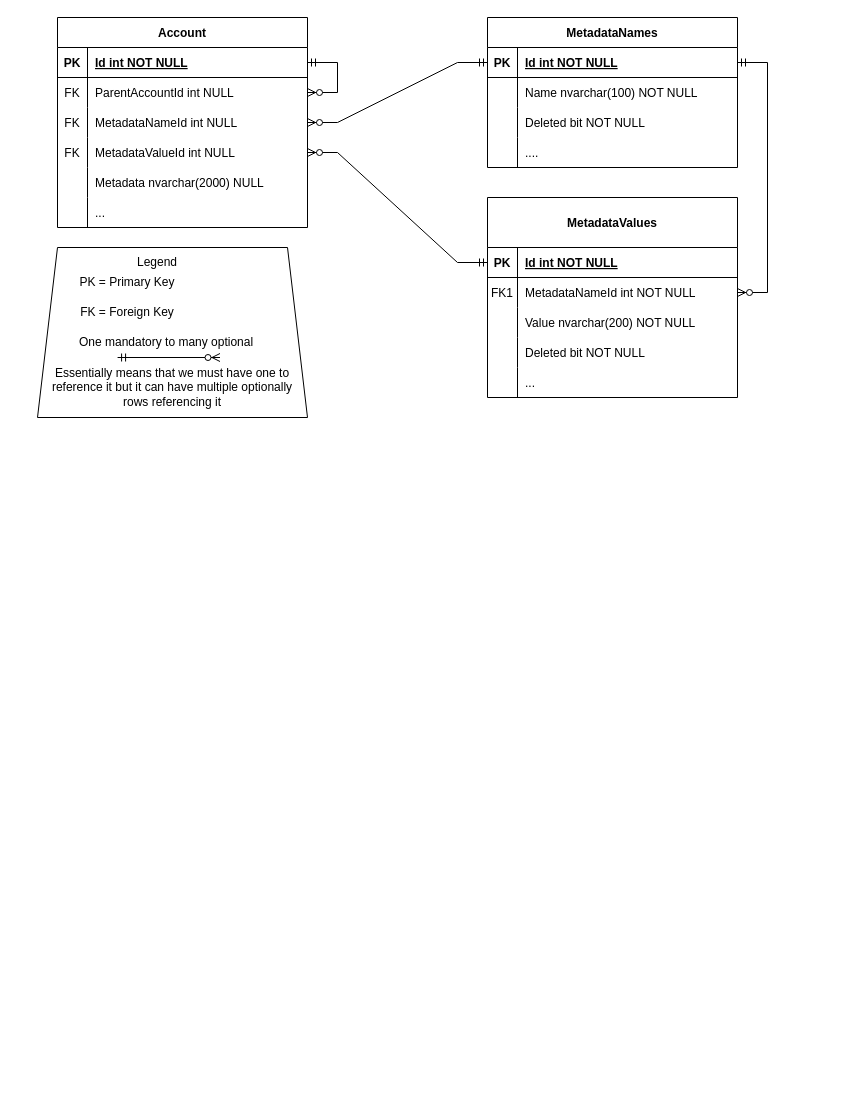
The draw.io diagram Untitled Diagram.drawio in joshuadargan/learning-and-documentation, before the edit. Source tidied: cells renumbered, new cells numbered last; positions are measured from the earlier drawing's top-left corner, leaving out a move shared by most shapes. Both pictures are drawn from the tidied source at 100%, with x=0, y=0 at pixel (37, 17).
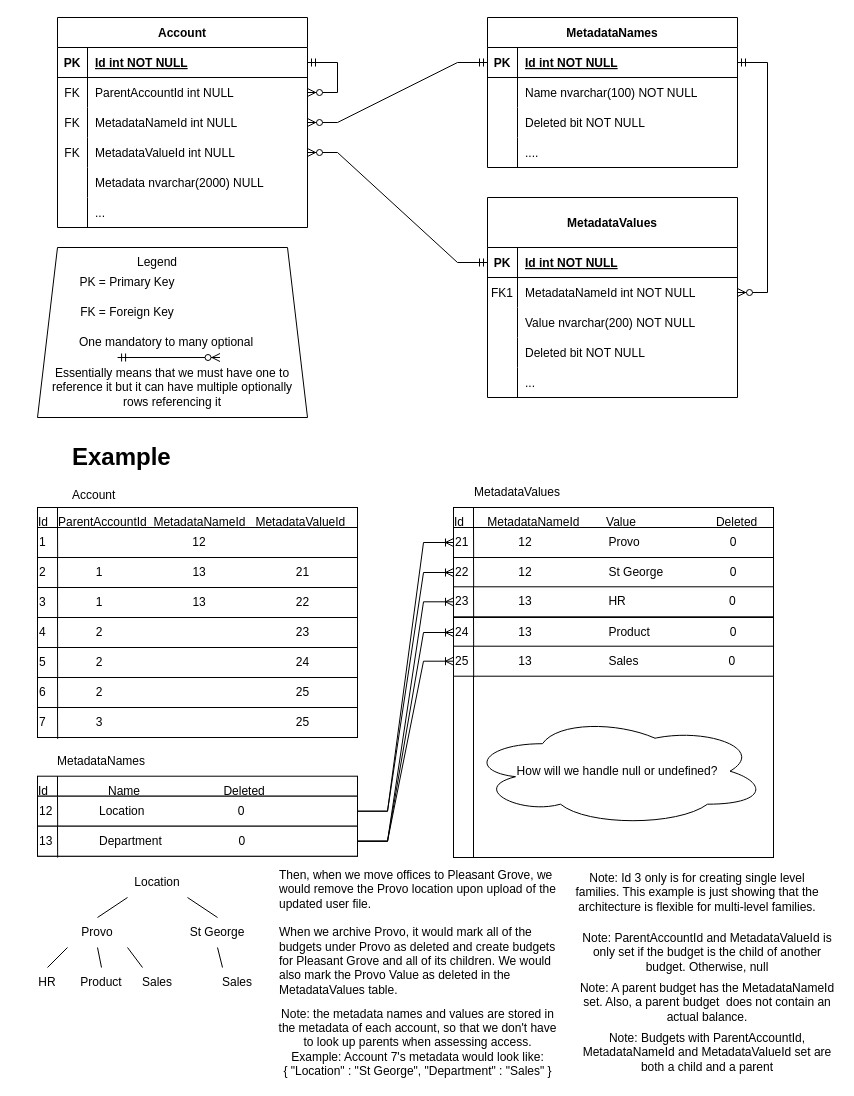
The same page after the edit.

Change to the diagram source:
```diff
@@
+    <mxCell id="61" style="shape=internalStorage;whiteSpace=wrap;html=1;backgroundOutline=1;" parent="1" vertex="1">
+      <mxGeometry y="490" width="320" height="230" as="geometry" />
+    </mxCell>
+    <mxCell id="62" value="&lt;h1&gt;Example&lt;/h1&gt;&lt;div&gt;Account&lt;/div&gt;" style="text;html=1;strokeColor=none;fillColor=none;spacing=5;spacingTop=-20;whiteSpace=wrap;overflow=hidden;rounded=0;" parent="1" vertex="1">
+      <mxGeometry x="30" y="420" width="190" height="70" as="geometry" />
+    </mxCell>
+    <mxCell id="63" value="Id&amp;nbsp; &amp;nbsp;ParentAccountId&amp;nbsp; MetadataNameId&amp;nbsp; &amp;nbsp;MetadataValueId" style="text;html=1;strokeColor=none;fillColor=none;align=left;verticalAlign=middle;whiteSpace=wrap;rounded=0;" parent="1" vertex="1">
+      <mxGeometry x="-1" y="490" width="320" height="30" as="geometry" />
+    </mxCell>
+    <mxCell id="64" value="1&amp;nbsp; &amp;nbsp; &amp;nbsp; &amp;nbsp; &amp;nbsp; &amp;nbsp; &amp;nbsp; &amp;nbsp; &amp;nbsp; &amp;nbsp; &amp;nbsp; &amp;nbsp; &amp;nbsp; &amp;nbsp; &amp;nbsp; &amp;nbsp; &amp;nbsp; &amp;nbsp; &amp;nbsp; &amp;nbsp; &amp;nbsp; &amp;nbsp; 12" style="rounded=0;whiteSpace=wrap;html=1;align=left;" parent="1" vertex="1">
+      <mxGeometry y="510" width="320" height="30" as="geometry" />
+    </mxCell>
+    <mxCell id="65" style="endArrow=none;html=1;rounded=0;exitX=0.063;exitY=1.044;exitDx=0;exitDy=0;exitPerimeter=0;" parent="1" edge="1" source="64">
+      <mxGeometry relative="1" as="geometry">
+        <mxPoint x="20" y="510" as="targetPoint" />
+      </mxGeometry>
+    </mxCell>
+    <mxCell id="66" style="shape=internalStorage;whiteSpace=wrap;html=1;backgroundOutline=1;" parent="1" vertex="1">
+      <mxGeometry y="758.7" width="320" height="80" as="geometry" />
+    </mxCell>
+    <mxCell id="67" value="Id&amp;nbsp; &amp;nbsp; &amp;nbsp; &amp;nbsp; &amp;nbsp; &amp;nbsp; &amp;nbsp; &amp;nbsp; &amp;nbsp; Name&amp;nbsp; &amp;nbsp; &amp;nbsp; &amp;nbsp; &amp;nbsp; &amp;nbsp; &amp;nbsp; &amp;nbsp; &amp;nbsp; &amp;nbsp; &amp;nbsp; &amp;nbsp; &amp;nbsp;Deleted" style="text;html=1;strokeColor=none;fillColor=none;align=left;verticalAlign=middle;whiteSpace=wrap;rounded=0;" parent="1" vertex="1">
+      <mxGeometry x="-1" y="758.7" width="320" height="30" as="geometry" />
+    </mxCell>
+    <mxCell id="68" value="12&amp;nbsp; &amp;nbsp; &amp;nbsp; &amp;nbsp; &amp;nbsp; &amp;nbsp; &amp;nbsp; Location&amp;nbsp; &amp;nbsp; &amp;nbsp; &amp;nbsp; &amp;nbsp; &amp;nbsp; &amp;nbsp; &amp;nbsp; &amp;nbsp; &amp;nbsp; &amp;nbsp; &amp;nbsp; &amp;nbsp; &amp;nbsp; 0" style="rounded=0;whiteSpace=wrap;html=1;align=left;" parent="1" vertex="1">
+      <mxGeometry y="778.7" width="320" height="30" as="geometry" />
+    </mxCell>
+    <mxCell id="69" style="endArrow=none;html=1;rounded=0;exitX=0.063;exitY=1.044;exitDx=0;exitDy=0;exitPerimeter=0;" parent="1" edge="1" source="68">
+      <mxGeometry relative="1" as="geometry">
+        <mxPoint x="20" y="778.7" as="targetPoint" />
+      </mxGeometry>
+    </mxCell>
+    <mxCell id="70" value="2&amp;nbsp; &amp;nbsp; &amp;nbsp; &amp;nbsp; &amp;nbsp; &amp;nbsp; &amp;nbsp; &amp;nbsp;1&amp;nbsp; &amp;nbsp; &amp;nbsp; &amp;nbsp; &amp;nbsp; &amp;nbsp; &amp;nbsp; &amp;nbsp; &amp;nbsp; &amp;nbsp; &amp;nbsp; &amp;nbsp; &amp;nbsp; &amp;nbsp;13&amp;nbsp; &amp;nbsp; &amp;nbsp; &amp;nbsp; &amp;nbsp; &amp;nbsp; &amp;nbsp; &amp;nbsp; &amp;nbsp; &amp;nbsp; &amp;nbsp; &amp;nbsp; &amp;nbsp; &amp;nbsp;21&amp;nbsp; &amp;nbsp; &amp;nbsp;" style="rounded=0;whiteSpace=wrap;html=1;align=left;" parent="1" vertex="1">
+      <mxGeometry y="540" width="320" height="30" as="geometry" />
+    </mxCell>
+    <mxCell id="71" style="endArrow=none;html=1;rounded=0;exitX=0.063;exitY=1.044;exitDx=0;exitDy=0;exitPerimeter=0;" parent="1" edge="1" source="70">
+      <mxGeometry relative="1" as="geometry">
+        <mxPoint x="20" y="540" as="targetPoint" />
+      </mxGeometry>
+    </mxCell>
+    <mxCell id="72" value="13&amp;nbsp; &amp;nbsp; &amp;nbsp; &amp;nbsp; &amp;nbsp; &amp;nbsp; &amp;nbsp; Department&amp;nbsp; &amp;nbsp; &amp;nbsp; &amp;nbsp; &amp;nbsp; &amp;nbsp; &amp;nbsp; &amp;nbsp; &amp;nbsp; &amp;nbsp; &amp;nbsp; &amp;nbsp;0&amp;nbsp;" style="rounded=0;whiteSpace=wrap;html=1;align=left;" parent="1" vertex="1">
+      <mxGeometry y="808.7" width="320" height="30" as="geometry" />
+    </mxCell>
+    <mxCell id="73" style="endArrow=none;html=1;rounded=0;exitX=0.063;exitY=1.044;exitDx=0;exitDy=0;exitPerimeter=0;" parent="1" edge="1" source="72">
+      <mxGeometry relative="1" as="geometry">
+        <mxPoint x="20" y="808.7" as="targetPoint" />
+      </mxGeometry>
+    </mxCell>
+    <mxCell id="74" value="MetadataNames" style="text;html=1;strokeColor=none;fillColor=none;align=center;verticalAlign=middle;whiteSpace=wrap;rounded=0;" parent="1" vertex="1">
+      <mxGeometry x="-11" y="728.7" width="150" height="30" as="geometry" />
+    </mxCell>
+    <mxCell id="75" style="shape=internalStorage;whiteSpace=wrap;html=1;backgroundOutline=1;" parent="1" vertex="1">
+      <mxGeometry x="416" y="490" width="320" height="350" as="geometry" />
+    </mxCell>
+    <mxCell id="76" value="Id&amp;nbsp; &amp;nbsp; &amp;nbsp; &amp;nbsp;MetadataNameId&amp;nbsp; &amp;nbsp; &amp;nbsp; &amp;nbsp; Value&amp;nbsp; &amp;nbsp; &amp;nbsp; &amp;nbsp; &amp;nbsp; &amp;nbsp; &amp;nbsp; &amp;nbsp; &amp;nbsp; &amp;nbsp; &amp;nbsp; &amp;nbsp; Deleted" style="text;html=1;strokeColor=none;fillColor=none;align=left;verticalAlign=middle;whiteSpace=wrap;rounded=0;" parent="1" vertex="1">
+      <mxGeometry x="415" y="490" width="320" height="30" as="geometry" />
+    </mxCell>
+    <mxCell id="77" value="21&amp;nbsp; &amp;nbsp; &amp;nbsp; &amp;nbsp; &amp;nbsp; &amp;nbsp; &amp;nbsp; &amp;nbsp;12&amp;nbsp; &amp;nbsp; &amp;nbsp; &amp;nbsp; &amp;nbsp; &amp;nbsp; &amp;nbsp; &amp;nbsp; &amp;nbsp; &amp;nbsp; &amp;nbsp; &amp;nbsp;Provo&amp;nbsp; &amp;nbsp; &amp;nbsp; &amp;nbsp; &amp;nbsp; &amp;nbsp; &amp;nbsp; &amp;nbsp; &amp;nbsp; &amp;nbsp; &amp;nbsp; &amp;nbsp; &amp;nbsp; &amp;nbsp;0" style="rounded=0;whiteSpace=wrap;html=1;align=left;" parent="1" vertex="1">
+      <mxGeometry x="416" y="510" width="320" height="30" as="geometry" />
+    </mxCell>
+    <mxCell id="78" style="endArrow=none;html=1;rounded=0;exitX=0.063;exitY=1.044;exitDx=0;exitDy=0;exitPerimeter=0;" parent="1" edge="1" source="77">
+      <mxGeometry relative="1" as="geometry">
+        <mxPoint x="436" y="510" as="targetPoint" />
+      </mxGeometry>
+    </mxCell>
+    <mxCell id="79" value="22&amp;nbsp; &amp;nbsp; &amp;nbsp; &amp;nbsp; &amp;nbsp; &amp;nbsp; &amp;nbsp; &amp;nbsp;12&amp;nbsp; &amp;nbsp; &amp;nbsp; &amp;nbsp; &amp;nbsp; &amp;nbsp; &amp;nbsp; &amp;nbsp; &amp;nbsp; &amp;nbsp; &amp;nbsp; &amp;nbsp;St George&amp;nbsp; &amp;nbsp; &amp;nbsp; &amp;nbsp; &amp;nbsp; &amp;nbsp; &amp;nbsp; &amp;nbsp; &amp;nbsp; &amp;nbsp; 0&amp;nbsp;" style="rounded=0;whiteSpace=wrap;html=1;align=left;" parent="1" vertex="1">
+      <mxGeometry x="416" y="540" width="320" height="30" as="geometry" />
+    </mxCell>
+    <mxCell id="80" style="endArrow=none;html=1;rounded=0;exitX=0.063;exitY=1.044;exitDx=0;exitDy=0;exitPerimeter=0;" parent="1" edge="1" source="79">
+      <mxGeometry relative="1" as="geometry">
+        <mxPoint x="436" y="540" as="targetPoint" />
+      </mxGeometry>
+    </mxCell>
+    <mxCell id="81" value="MetadataValues" style="text;html=1;strokeColor=none;fillColor=none;align=center;verticalAlign=middle;whiteSpace=wrap;rounded=0;" parent="1" vertex="1">
+      <mxGeometry x="405" y="460" width="150" height="30" as="geometry" />
+    </mxCell>
+    <mxCell id="82" style="edgeStyle=entityRelationEdgeStyle;fontSize=12;html=1;endArrow=ERoneToMany;rounded=0;entryX=0;entryY=0.5;entryDx=0;entryDy=0;exitX=1;exitY=0.5;exitDx=0;exitDy=0;" parent="1" edge="1" source="68" target="77">
+      <mxGeometry relative="1" as="geometry" />
+    </mxCell>
+    <mxCell id="83" style="edgeStyle=entityRelationEdgeStyle;fontSize=12;html=1;endArrow=ERoneToMany;rounded=0;entryX=0;entryY=0.5;entryDx=0;entryDy=0;exitX=1;exitY=0.5;exitDx=0;exitDy=0;" parent="1" edge="1" source="68" target="79">
+      <mxGeometry relative="1" as="geometry" />
+    </mxCell>
+    <mxCell id="84" value="3&amp;nbsp; &amp;nbsp; &amp;nbsp; &amp;nbsp; &amp;nbsp; &amp;nbsp; &amp;nbsp; &amp;nbsp;1&amp;nbsp; &amp;nbsp; &amp;nbsp; &amp;nbsp; &amp;nbsp; &amp;nbsp; &amp;nbsp; &amp;nbsp; &amp;nbsp; &amp;nbsp; &amp;nbsp; &amp;nbsp; &amp;nbsp; &amp;nbsp;13&amp;nbsp; &amp;nbsp; &amp;nbsp; &amp;nbsp; &amp;nbsp; &amp;nbsp; &amp;nbsp; &amp;nbsp; &amp;nbsp; &amp;nbsp; &amp;nbsp; &amp;nbsp; &amp;nbsp; &amp;nbsp;22&amp;nbsp; &amp;nbsp; &amp;nbsp;" style="rounded=0;whiteSpace=wrap;html=1;align=left;" parent="1" vertex="1">
+      <mxGeometry y="570" width="320" height="30" as="geometry" />
+    </mxCell>
+    <mxCell id="85" style="endArrow=none;html=1;rounded=0;exitX=0.063;exitY=1.044;exitDx=0;exitDy=0;exitPerimeter=0;" parent="1" edge="1" source="84">
+      <mxGeometry relative="1" as="geometry">
+        <mxPoint x="20" y="570" as="targetPoint" />
+      </mxGeometry>
+    </mxCell>
+    <mxCell id="86" value="4&amp;nbsp; &amp;nbsp; &amp;nbsp; &amp;nbsp; &amp;nbsp; &amp;nbsp; &amp;nbsp; &amp;nbsp;2&amp;nbsp; &amp;nbsp; &amp;nbsp; &amp;nbsp; &amp;nbsp; &amp;nbsp; &amp;nbsp; &amp;nbsp; &amp;nbsp; &amp;nbsp; &amp;nbsp; &amp;nbsp; &amp;nbsp; &amp;nbsp; &amp;nbsp; &amp;nbsp; &amp;nbsp; &amp;nbsp; &amp;nbsp; &amp;nbsp; &amp;nbsp; &amp;nbsp; &amp;nbsp; &amp;nbsp; &amp;nbsp; &amp;nbsp; &amp;nbsp; &amp;nbsp; &amp;nbsp; 23&amp;nbsp; &amp;nbsp; &amp;nbsp;" style="rounded=0;whiteSpace=wrap;html=1;align=left;" parent="1" vertex="1">
+      <mxGeometry y="600" width="320" height="30" as="geometry" />
+    </mxCell>
+    <mxCell id="87" style="endArrow=none;html=1;rounded=0;exitX=0.063;exitY=1.044;exitDx=0;exitDy=0;exitPerimeter=0;" parent="1" edge="1" source="86">
+      <mxGeometry relative="1" as="geometry">
+        <mxPoint x="20" y="600" as="targetPoint" />
+      </mxGeometry>
+    </mxCell>
+    <mxCell id="88" value="5&amp;nbsp; &amp;nbsp; &amp;nbsp; &amp;nbsp; &amp;nbsp; &amp;nbsp; &amp;nbsp; &amp;nbsp;2&amp;nbsp; &amp;nbsp; &amp;nbsp; &amp;nbsp; &amp;nbsp; &amp;nbsp; &amp;nbsp; &amp;nbsp; &amp;nbsp; &amp;nbsp; &amp;nbsp; &amp;nbsp; &amp;nbsp; &amp;nbsp; &amp;nbsp; &amp;nbsp; &amp;nbsp; &amp;nbsp; &amp;nbsp; &amp;nbsp; &amp;nbsp; &amp;nbsp; &amp;nbsp; &amp;nbsp; &amp;nbsp; &amp;nbsp; &amp;nbsp; &amp;nbsp; &amp;nbsp; 24&amp;nbsp; &amp;nbsp; &amp;nbsp;" style="rounded=0;whiteSpace=wrap;html=1;align=left;" parent="1" vertex="1">
+      <mxGeometry y="630" width="320" height="30" as="geometry" />
+    </mxCell>
+    <mxCell id="89" style="endArrow=none;html=1;rounded=0;exitX=0.063;exitY=1.044;exitDx=0;exitDy=0;exitPerimeter=0;" parent="1" edge="1" source="88">
+      <mxGeometry relative="1" as="geometry">
+        <mxPoint x="20" y="630" as="targetPoint" />
+      </mxGeometry>
+    </mxCell>
+    <mxCell id="90" value="6&amp;nbsp; &amp;nbsp; &amp;nbsp; &amp;nbsp; &amp;nbsp; &amp;nbsp; &amp;nbsp; &amp;nbsp;2&amp;nbsp; &amp;nbsp; &amp;nbsp; &amp;nbsp; &amp;nbsp; &amp;nbsp; &amp;nbsp; &amp;nbsp; &amp;nbsp; &amp;nbsp; &amp;nbsp; &amp;nbsp; &amp;nbsp; &amp;nbsp; &amp;nbsp; &amp;nbsp; &amp;nbsp; &amp;nbsp; &amp;nbsp; &amp;nbsp; &amp;nbsp; &amp;nbsp; &amp;nbsp; &amp;nbsp; &amp;nbsp; &amp;nbsp; &amp;nbsp; &amp;nbsp; &amp;nbsp; 25&amp;nbsp; &amp;nbsp; &amp;nbsp;" style="rounded=0;whiteSpace=wrap;html=1;align=left;" parent="1" vertex="1">
+      <mxGeometry y="660" width="320" height="30" as="geometry" />
+    </mxCell>
+    <mxCell id="91" style="endArrow=none;html=1;rounded=0;exitX=0.063;exitY=1.044;exitDx=0;exitDy=0;exitPerimeter=0;" parent="1" edge="1" source="90">
+      <mxGeometry relative="1" as="geometry">
+        <mxPoint x="20" y="660" as="targetPoint" />
+      </mxGeometry>
+    </mxCell>
+    <mxCell id="92" value="7&amp;nbsp; &amp;nbsp; &amp;nbsp; &amp;nbsp; &amp;nbsp; &amp;nbsp; &amp;nbsp; &amp;nbsp;3&amp;nbsp; &amp;nbsp; &amp;nbsp; &amp;nbsp; &amp;nbsp; &amp;nbsp; &amp;nbsp; &amp;nbsp; &amp;nbsp; &amp;nbsp; &amp;nbsp; &amp;nbsp; &amp;nbsp; &amp;nbsp; &amp;nbsp; &amp;nbsp; &amp;nbsp; &amp;nbsp; &amp;nbsp; &amp;nbsp; &amp;nbsp; &amp;nbsp; &amp;nbsp; &amp;nbsp; &amp;nbsp; &amp;nbsp; &amp;nbsp; &amp;nbsp; &amp;nbsp; 25&amp;nbsp; &amp;nbsp; &amp;nbsp;" style="rounded=0;whiteSpace=wrap;html=1;align=left;" parent="1" vertex="1">
+      <mxGeometry y="690" width="320" height="30" as="geometry" />
+    </mxCell>
+    <mxCell id="93" style="endArrow=none;html=1;rounded=0;exitX=0.063;exitY=1.044;exitDx=0;exitDy=0;exitPerimeter=0;" parent="1" edge="1" source="92">
+      <mxGeometry relative="1" as="geometry">
+        <mxPoint x="20" y="690" as="targetPoint" />
+      </mxGeometry>
+    </mxCell>
+    <mxCell id="94" value="23&amp;nbsp; &amp;nbsp; &amp;nbsp; &amp;nbsp; &amp;nbsp; &amp;nbsp; &amp;nbsp; &amp;nbsp;13&amp;nbsp; &amp;nbsp; &amp;nbsp; &amp;nbsp; &amp;nbsp; &amp;nbsp; &amp;nbsp; &amp;nbsp; &amp;nbsp; &amp;nbsp; &amp;nbsp; &amp;nbsp;HR&amp;nbsp; &amp;nbsp; &amp;nbsp; &amp;nbsp; &amp;nbsp; &amp;nbsp; &amp;nbsp; &amp;nbsp; &amp;nbsp; &amp;nbsp; &amp;nbsp; &amp;nbsp; &amp;nbsp; &amp;nbsp; &amp;nbsp; &amp;nbsp;0&amp;nbsp;" style="rounded=0;whiteSpace=wrap;html=1;align=left;" parent="1" vertex="1">
+      <mxGeometry x="416" y="569.3" width="320" height="30" as="geometry" />
+    </mxCell>
+    <mxCell id="95" style="endArrow=none;html=1;rounded=0;exitX=0.063;exitY=1.044;exitDx=0;exitDy=0;exitPerimeter=0;" parent="1" edge="1" source="94">
+      <mxGeometry relative="1" as="geometry">
+        <mxPoint x="436" y="569.3" as="targetPoint" />
+      </mxGeometry>
+    </mxCell>
+    <mxCell id="96" value="24&amp;nbsp; &amp;nbsp; &amp;nbsp; &amp;nbsp; &amp;nbsp; &amp;nbsp; &amp;nbsp; &amp;nbsp;13&amp;nbsp; &amp;nbsp; &amp;nbsp; &amp;nbsp; &amp;nbsp; &amp;nbsp; &amp;nbsp; &amp;nbsp; &amp;nbsp; &amp;nbsp; &amp;nbsp; &amp;nbsp;Product&amp;nbsp; &amp;nbsp; &amp;nbsp; &amp;nbsp; &amp;nbsp; &amp;nbsp; &amp;nbsp; &amp;nbsp; &amp;nbsp; &amp;nbsp; &amp;nbsp; &amp;nbsp; 0&amp;nbsp;" style="rounded=0;whiteSpace=wrap;html=1;align=left;" parent="1" vertex="1">
+      <mxGeometry x="416" y="600" width="320" height="30" as="geometry" />
+    </mxCell>
+    <mxCell id="97" style="endArrow=none;html=1;rounded=0;exitX=0.063;exitY=1.044;exitDx=0;exitDy=0;exitPerimeter=0;" parent="1" edge="1" source="96">
+      <mxGeometry relative="1" as="geometry">
+        <mxPoint x="436" y="600" as="targetPoint" />
+      </mxGeometry>
+    </mxCell>
+    <mxCell id="98" value="25&amp;nbsp; &amp;nbsp; &amp;nbsp; &amp;nbsp; &amp;nbsp; &amp;nbsp; &amp;nbsp; &amp;nbsp;13&amp;nbsp; &amp;nbsp; &amp;nbsp; &amp;nbsp; &amp;nbsp; &amp;nbsp; &amp;nbsp; &amp;nbsp; &amp;nbsp; &amp;nbsp; &amp;nbsp; &amp;nbsp;Sales&amp;nbsp; &amp;nbsp; &amp;nbsp; &amp;nbsp; &amp;nbsp; &amp;nbsp; &amp;nbsp; &amp;nbsp; &amp;nbsp; &amp;nbsp; &amp;nbsp; &amp;nbsp; &amp;nbsp; &amp;nbsp;0&amp;nbsp;" style="rounded=0;whiteSpace=wrap;html=1;align=left;" parent="1" vertex="1">
+      <mxGeometry x="416" y="628.7" width="320" height="30" as="geometry" />
+    </mxCell>
+    <mxCell id="99" style="endArrow=none;html=1;rounded=0;exitX=0.063;exitY=1.044;exitDx=0;exitDy=0;exitPerimeter=0;" parent="1" edge="1" source="98">
+      <mxGeometry relative="1" as="geometry">
+        <mxPoint x="436" y="628.7" as="targetPoint" />
+      </mxGeometry>
+    </mxCell>
+    <mxCell id="100" style="edgeStyle=entityRelationEdgeStyle;fontSize=12;html=1;endArrow=ERoneToMany;rounded=0;entryX=0;entryY=0.5;entryDx=0;entryDy=0;exitX=1;exitY=0.5;exitDx=0;exitDy=0;" parent="1" edge="1" source="72" target="94">
+      <mxGeometry relative="1" as="geometry" />
+    </mxCell>
+    <mxCell id="101" style="edgeStyle=entityRelationEdgeStyle;fontSize=12;html=1;endArrow=ERoneToMany;rounded=0;entryX=0;entryY=0.5;entryDx=0;entryDy=0;exitX=1;exitY=0.5;exitDx=0;exitDy=0;" parent="1" edge="1" source="72" target="96">
+      <mxGeometry relative="1" as="geometry" />
+    </mxCell>
+    <mxCell id="102" style="edgeStyle=entityRelationEdgeStyle;fontSize=12;html=1;endArrow=ERoneToMany;rounded=0;entryX=0;entryY=0.5;entryDx=0;entryDy=0;exitX=1;exitY=0.5;exitDx=0;exitDy=0;" parent="1" edge="1" source="72" target="98">
+      <mxGeometry relative="1" as="geometry" />
+    </mxCell>
+    <mxCell id="103" value="Location" style="text;html=1;strokeColor=none;fillColor=none;align=center;verticalAlign=middle;whiteSpace=wrap;rounded=0;" parent="1" vertex="1">
+      <mxGeometry x="90" y="850" width="60" height="30" as="geometry" />
+    </mxCell>
+    <mxCell id="104" style="endArrow=none;html=1;rounded=0;entryX=0;entryY=1;entryDx=0;entryDy=0;" parent="1" edge="1" target="103">
+      <mxGeometry relative="1" as="geometry">
+        <mxPoint x="60" y="900" as="sourcePoint" />
+      </mxGeometry>
+    </mxCell>
+    <mxCell id="105" style="endArrow=none;html=1;rounded=0;entryX=1;entryY=1;entryDx=0;entryDy=0;" parent="1" edge="1" target="103">
+      <mxGeometry relative="1" as="geometry">
+        <mxPoint x="180" y="900" as="sourcePoint" />
+      </mxGeometry>
+    </mxCell>
+    <mxCell id="106" value="Provo" style="text;html=1;strokeColor=none;fillColor=none;align=center;verticalAlign=middle;whiteSpace=wrap;rounded=0;" parent="1" vertex="1">
+      <mxGeometry x="30" y="900" width="60" height="30" as="geometry" />
+    </mxCell>
+    <mxCell id="107" value="St George" style="text;html=1;strokeColor=none;fillColor=none;align=center;verticalAlign=middle;whiteSpace=wrap;rounded=0;" parent="1" vertex="1">
+      <mxGeometry x="150" y="900" width="60" height="30" as="geometry" />
+    </mxCell>
+    <mxCell id="108" style="endArrow=none;html=1;rounded=0;entryX=0;entryY=1;entryDx=0;entryDy=0;" parent="1" edge="1" target="106">
+      <mxGeometry relative="1" as="geometry">
+        <mxPoint x="10" y="950" as="sourcePoint" />
+      </mxGeometry>
+    </mxCell>
+    <mxCell id="109" value="HR" style="text;html=1;strokeColor=none;fillColor=none;align=center;verticalAlign=middle;whiteSpace=wrap;rounded=0;" parent="1" vertex="1">
+      <mxGeometry x="-20" y="950" width="60" height="30" as="geometry" />
+    </mxCell>
+    <mxCell id="110" style="endArrow=none;html=1;rounded=0;entryX=0.5;entryY=1;entryDx=0;entryDy=0;" parent="1" edge="1" target="106">
+      <mxGeometry relative="1" as="geometry">
+        <mxPoint x="64" y="950" as="sourcePoint" />
+      </mxGeometry>
+    </mxCell>
+    <mxCell id="111" value="Product" style="text;html=1;strokeColor=none;fillColor=none;align=center;verticalAlign=middle;whiteSpace=wrap;rounded=0;" parent="1" vertex="1">
+      <mxGeometry x="34" y="950" width="60" height="30" as="geometry" />
+    </mxCell>
+    <mxCell id="112" style="endArrow=none;html=1;rounded=0;exitX=0.25;exitY=0;exitDx=0;exitDy=0;" parent="1" edge="1" source="113">
+      <mxGeometry relative="1" as="geometry">
+        <mxPoint x="90" y="930" as="targetPoint" />
+      </mxGeometry>
+    </mxCell>
+    <mxCell id="113" value="Sales" style="text;html=1;strokeColor=none;fillColor=none;align=center;verticalAlign=middle;whiteSpace=wrap;rounded=0;" parent="1" vertex="1">
+      <mxGeometry x="90" y="950" width="60" height="30" as="geometry" />
+    </mxCell>
+    <mxCell id="114" style="endArrow=none;html=1;rounded=0;exitX=0.25;exitY=0;exitDx=0;exitDy=0;entryX=0.5;entryY=1;entryDx=0;entryDy=0;" parent="1" edge="1" source="115" target="107">
+      <mxGeometry relative="1" as="geometry" />
+    </mxCell>
+    <mxCell id="115" value="Sales" style="text;html=1;strokeColor=none;fillColor=none;align=center;verticalAlign=middle;whiteSpace=wrap;rounded=0;" parent="1" vertex="1">
+      <mxGeometry x="170" y="950" width="60" height="30" as="geometry" />
+    </mxCell>
+    <mxCell id="116" value="Then, when we move offices to Pleasant Grove, we would remove the Provo location upon upload of the updated user file. &lt;br&gt;&lt;br&gt;When we archive Provo, it would mark all of the budgets under Provo as deleted and create budgets for Pleasant Grove and all of its children. We would also mark the Provo Value as deleted in the MetadataValues table." style="text;html=1;strokeColor=none;fillColor=none;align=left;verticalAlign=middle;whiteSpace=wrap;rounded=0;" parent="1" vertex="1">
+      <mxGeometry x="240" y="870" width="280" height="90" as="geometry" />
+    </mxCell>
+    <mxCell id="117" value="Note: Id 3 only is for creating single level families. This example is just showing that the architecture is flexible for multi-level families." style="text;html=1;strokeColor=none;fillColor=none;align=center;verticalAlign=middle;whiteSpace=wrap;rounded=0;" parent="1" vertex="1">
+      <mxGeometry x="530" y="860" width="260" height="30" as="geometry" />
+    </mxCell>
+    <mxCell id="118" value="Note: ParentAccountId and MetadataValueId is only set if the budget is the child of another budget. Otherwise, null" style="text;html=1;strokeColor=none;fillColor=none;align=center;verticalAlign=middle;whiteSpace=wrap;rounded=0;" parent="1" vertex="1">
+      <mxGeometry x="540" y="920" width="260" height="30" as="geometry" />
+    </mxCell>
+    <mxCell id="119" value="Note: A parent budget has the MetadataNameId set. Also, a parent budget&amp;nbsp; does not contain an actual balance." style="text;html=1;strokeColor=none;fillColor=none;align=center;verticalAlign=middle;whiteSpace=wrap;rounded=0;" parent="1" vertex="1">
+      <mxGeometry x="540" y="970" width="260" height="30" as="geometry" />
+    </mxCell>
+    <mxCell id="120" value="How will we handle null or undefined?" style="ellipse;shape=cloud;whiteSpace=wrap;html=1;" parent="1" vertex="1">
+      <mxGeometry x="430" y="698.7" width="300" height="110" as="geometry" />
+    </mxCell>
+    <mxCell id="121" value="Note: Budgets with ParentAccountId, MetadataNameId and MetadataValueId set are both a child and a parent" style="text;html=1;strokeColor=none;fillColor=none;align=center;verticalAlign=middle;whiteSpace=wrap;rounded=0;" parent="1" vertex="1">
+      <mxGeometry x="540" y="1020" width="260" height="30" as="geometry" />
+    </mxCell>
+    <mxCell id="122" value="Note: the metadata names and values are stored in the metadata of each account, so that we don't have to look up parents when assessing access.&lt;br&gt;Example: Account 7's metadata would look like:&lt;br&gt;{ &quot;Location&quot; : &quot;St George&quot;, &quot;Department&quot; : &quot;Sales&quot; }" style="text;html=1;strokeColor=none;fillColor=none;align=center;verticalAlign=middle;whiteSpace=wrap;rounded=0;" parent="1" vertex="1">
+      <mxGeometry x="240" y="1010" width="281" height="30" as="geometry" />
+    </mxCell>
```
